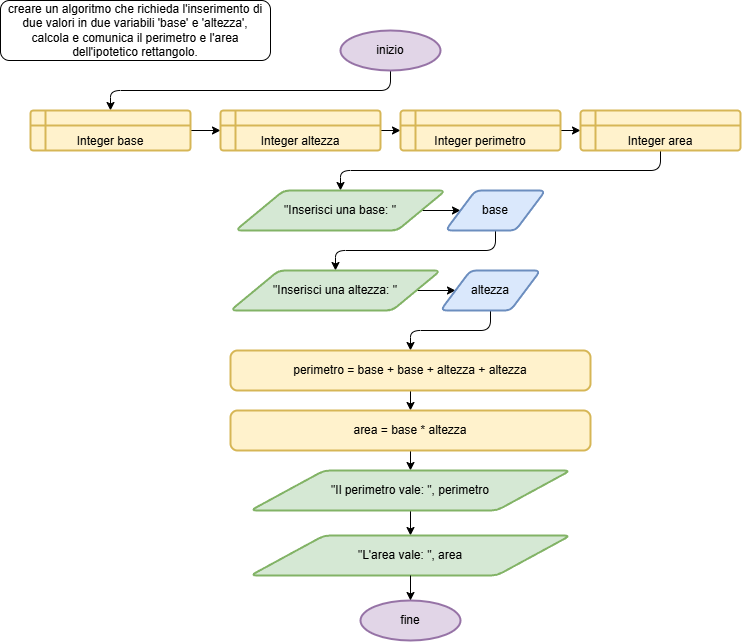
Above: AS_2025_2026/3IB/UD 1 - FlowChart/e2.drawio.png in CescoP81/GalileiOstiglia (draw.io), before the change. Source tidied: cells renumbered, new cells last; positions are measured from the earlier drawing's top-left corner, leaving out a move shared by most shapes. The source it was exported from:
```xml
<mxGraphModel background="#FFFFFF">
  <root>
    <mxCell id="0" />
    <mxCell id="1" parent="0" />
    <mxCell id="2" value="&lt;div&gt;&lt;font color=&quot;#000000&quot;&gt;creare un algoritmo che richieda l'inserimento di due valori in due variabili 'base' e 'altezza',&lt;/font&gt;&lt;/div&gt;&lt;div&gt;&lt;font color=&quot;#000000&quot;&gt;calcola e comunica il perimetro e l'area dell'ipotetico rettangolo.&lt;/font&gt;&lt;/div&gt;" style="rounded=1;whiteSpace=wrap;html=1;" parent="1" vertex="1">
      <mxGeometry width="270" height="60" as="geometry" />
    </mxCell>
    <mxCell id="3" style="edgeStyle=orthogonalEdgeStyle;html=1;entryX=0.5;entryY=0;entryDx=0;entryDy=0;exitX=0.5;exitY=1;exitDx=0;exitDy=0;exitPerimeter=0;" parent="1" edge="1" source="4" target="6">
      <mxGeometry relative="1" as="geometry" />
    </mxCell>
    <mxCell id="4" value="inizio" style="strokeWidth=2;html=1;shape=mxgraph.flowchart.start_1;whiteSpace=wrap;fillColor=#e1d5e7;strokeColor=#9673a6;" parent="1" vertex="1">
      <mxGeometry x="340" y="30" width="100" height="40" as="geometry" />
    </mxCell>
    <mxCell id="5" style="edgeStyle=none;html=1;entryX=0;entryY=0.5;entryDx=0;entryDy=0;exitX=1;exitY=0.5;exitDx=0;exitDy=0;" parent="1" edge="1" source="6" target="8">
      <mxGeometry relative="1" as="geometry" />
    </mxCell>
    <mxCell id="6" value="Integer base" style="shape=internalStorage;whiteSpace=wrap;html=1;dx=15;dy=15;rounded=1;arcSize=8;strokeWidth=2;fillColor=#fff2cc;strokeColor=#d6b656;verticalAlign=bottom;" parent="1" vertex="1">
      <mxGeometry x="30" y="110" width="160" height="40" as="geometry" />
    </mxCell>
    <mxCell id="7" style="edgeStyle=none;html=1;entryX=0;entryY=0.5;entryDx=0;entryDy=0;" parent="1" edge="1" source="8" target="10">
      <mxGeometry relative="1" as="geometry" />
    </mxCell>
    <mxCell id="8" value="Integer altezza" style="shape=internalStorage;whiteSpace=wrap;html=1;dx=15;dy=15;rounded=1;arcSize=8;strokeWidth=2;fillColor=#fff2cc;strokeColor=#d6b656;verticalAlign=bottom;" parent="1" vertex="1">
      <mxGeometry x="220" y="110" width="160" height="40" as="geometry" />
    </mxCell>
    <mxCell id="9" style="edgeStyle=none;html=1;exitX=1;exitY=0.5;exitDx=0;exitDy=0;entryX=0;entryY=0.5;entryDx=0;entryDy=0;" parent="1" edge="1" source="10" target="12">
      <mxGeometry relative="1" as="geometry" />
    </mxCell>
    <mxCell id="10" value="Integer perimetro" style="shape=internalStorage;whiteSpace=wrap;html=1;dx=15;dy=15;rounded=1;arcSize=8;strokeWidth=2;fillColor=#fff2cc;strokeColor=#d6b656;verticalAlign=bottom;" parent="1" vertex="1">
      <mxGeometry x="400" y="110" width="160" height="40" as="geometry" />
    </mxCell>
    <mxCell id="11" style="edgeStyle=orthogonalEdgeStyle;html=1;exitX=0.5;exitY=1;exitDx=0;exitDy=0;entryX=0.5;entryY=0;entryDx=0;entryDy=0;" parent="1" edge="1" source="12" target="14">
      <mxGeometry relative="1" as="geometry" />
    </mxCell>
    <mxCell id="12" value="Integer area" style="shape=internalStorage;whiteSpace=wrap;html=1;dx=15;dy=15;rounded=1;arcSize=8;strokeWidth=2;fillColor=#fff2cc;strokeColor=#d6b656;verticalAlign=bottom;" parent="1" vertex="1">
      <mxGeometry x="580" y="110" width="160" height="40" as="geometry" />
    </mxCell>
    <mxCell id="13" style="edgeStyle=none;html=1;exitX=1;exitY=0.5;exitDx=0;exitDy=0;entryX=0;entryY=0.5;entryDx=0;entryDy=0;" parent="1" edge="1" source="14" target="16">
      <mxGeometry relative="1" as="geometry" />
    </mxCell>
    <mxCell id="14" value="&quot;Inserisci una base: &quot;" style="shape=parallelogram;html=1;strokeWidth=2;perimeter=parallelogramPerimeter;whiteSpace=wrap;rounded=1;arcSize=12;size=0.23;fillColor=#d5e8d4;strokeColor=#82b366;" parent="1" vertex="1">
      <mxGeometry x="235" y="190" width="210" height="40" as="geometry" />
    </mxCell>
    <mxCell id="15" style="edgeStyle=orthogonalEdgeStyle;html=1;exitX=0.5;exitY=1;exitDx=0;exitDy=0;entryX=0.5;entryY=0;entryDx=0;entryDy=0;" parent="1" edge="1" source="16" target="18">
      <mxGeometry relative="1" as="geometry" />
    </mxCell>
    <mxCell id="16" value="base" style="shape=parallelogram;html=1;strokeWidth=2;perimeter=parallelogramPerimeter;whiteSpace=wrap;rounded=1;arcSize=12;size=0.30000000000000004;fillColor=#dae8fc;strokeColor=#6c8ebf;" parent="1" vertex="1">
      <mxGeometry x="445" y="190" width="100" height="40" as="geometry" />
    </mxCell>
    <mxCell id="17" style="edgeStyle=none;html=1;exitX=1;exitY=0.5;exitDx=0;exitDy=0;entryX=0;entryY=0.5;entryDx=0;entryDy=0;" parent="1" edge="1" source="18" target="20">
      <mxGeometry relative="1" as="geometry" />
    </mxCell>
    <mxCell id="18" value="&quot;Inserisci una altezza: &quot;" style="shape=parallelogram;html=1;strokeWidth=2;perimeter=parallelogramPerimeter;whiteSpace=wrap;rounded=1;arcSize=12;size=0.23;fillColor=#d5e8d4;strokeColor=#82b366;" parent="1" vertex="1">
      <mxGeometry x="230" y="270" width="210" height="40" as="geometry" />
    </mxCell>
    <mxCell id="19" style="edgeStyle=orthogonalEdgeStyle;html=1;exitX=0.5;exitY=1;exitDx=0;exitDy=0;entryX=0.5;entryY=0;entryDx=0;entryDy=0;" parent="1" edge="1" source="20" target="22">
      <mxGeometry relative="1" as="geometry" />
    </mxCell>
    <mxCell id="20" value="altezza" style="shape=parallelogram;html=1;strokeWidth=2;perimeter=parallelogramPerimeter;whiteSpace=wrap;rounded=1;arcSize=12;size=0.30000000000000004;fillColor=#dae8fc;strokeColor=#6c8ebf;" parent="1" vertex="1">
      <mxGeometry x="440" y="270" width="100" height="40" as="geometry" />
    </mxCell>
    <mxCell id="21" style="edgeStyle=none;html=1;exitX=0.5;exitY=1;exitDx=0;exitDy=0;entryX=0.5;entryY=0;entryDx=0;entryDy=0;" parent="1" edge="1" source="22" target="24">
      <mxGeometry relative="1" as="geometry" />
    </mxCell>
    <mxCell id="22" value="perimetro = base + base + altezza + altezza" style="rounded=1;whiteSpace=wrap;html=1;absoluteArcSize=1;arcSize=14;strokeWidth=2;fillColor=#fff2cc;strokeColor=#d6b656;" parent="1" vertex="1">
      <mxGeometry x="230" y="350" width="360" height="40" as="geometry" />
    </mxCell>
    <mxCell id="23" style="edgeStyle=none;html=1;exitX=0.5;exitY=1;exitDx=0;exitDy=0;entryX=0.5;entryY=0;entryDx=0;entryDy=0;" parent="1" edge="1" source="24" target="26">
      <mxGeometry relative="1" as="geometry" />
    </mxCell>
    <mxCell id="24" value="area = base * altezza" style="rounded=1;whiteSpace=wrap;html=1;absoluteArcSize=1;arcSize=14;strokeWidth=2;fillColor=#fff2cc;strokeColor=#d6b656;" parent="1" vertex="1">
      <mxGeometry x="230" y="410" width="360" height="40" as="geometry" />
    </mxCell>
    <mxCell id="25" style="edgeStyle=none;html=1;exitX=0.5;exitY=1;exitDx=0;exitDy=0;entryX=0.5;entryY=0;entryDx=0;entryDy=0;" parent="1" edge="1" source="26" target="27">
      <mxGeometry relative="1" as="geometry" />
    </mxCell>
    <mxCell id="26" value="&quot;Il perimetro vale: &quot;, perimetro" style="shape=parallelogram;html=1;strokeWidth=2;perimeter=parallelogramPerimeter;whiteSpace=wrap;rounded=1;arcSize=12;size=0.23;fillColor=#d5e8d4;strokeColor=#82b366;" parent="1" vertex="1">
      <mxGeometry x="250" y="470" width="320" height="40" as="geometry" />
    </mxCell>
    <mxCell id="27" value="&quot;L'area vale: &quot;, area" style="shape=parallelogram;html=1;strokeWidth=2;perimeter=parallelogramPerimeter;whiteSpace=wrap;rounded=1;arcSize=12;size=0.23;fillColor=#d5e8d4;strokeColor=#82b366;" parent="1" vertex="1">
      <mxGeometry x="250" y="535" width="320" height="40" as="geometry" />
    </mxCell>
    <mxCell id="28" value="fine" style="strokeWidth=2;html=1;shape=mxgraph.flowchart.start_1;whiteSpace=wrap;fillColor=#e1d5e7;strokeColor=#9673a6;" parent="1" vertex="1">
      <mxGeometry x="360" y="600" width="100" height="40" as="geometry" />
    </mxCell>
    <mxCell id="29" style="edgeStyle=none;html=1;exitX=0.5;exitY=1;exitDx=0;exitDy=0;entryX=0.5;entryY=0;entryDx=0;entryDy=0;entryPerimeter=0;" parent="1" edge="1" source="27" target="28">
      <mxGeometry relative="1" as="geometry" />
    </mxCell>
  </root>
</mxGraphModel>
```
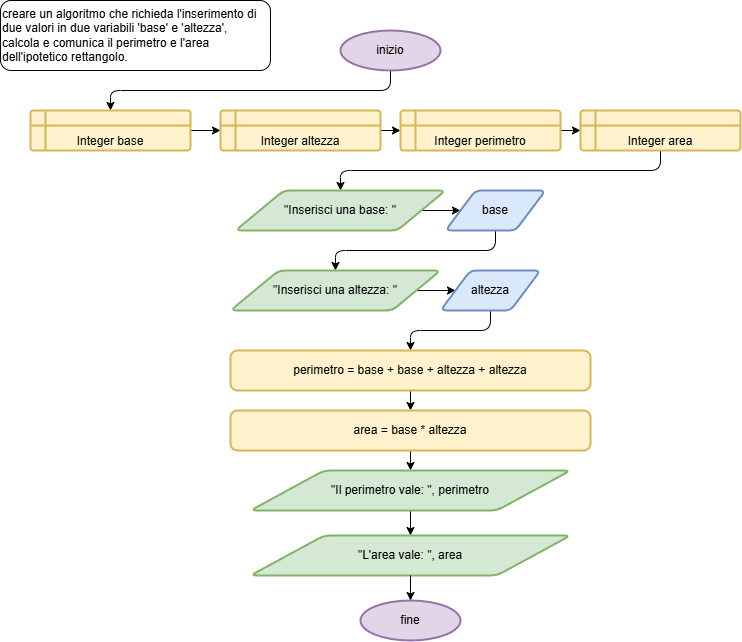
After the commit.

What changed in the source:
```diff
@@ -2,8 +2,8 @@
   <root>
     <mxCell id="0" />
     <mxCell id="1" parent="0" />
-    <mxCell id="2" value="&lt;div&gt;&lt;font color=&quot;#000000&quot;&gt;creare un algoritmo che richieda l'inserimento di due valori in due variabili 'base' e 'altezza',&lt;/font&gt;&lt;/div&gt;&lt;div&gt;&lt;font color=&quot;#000000&quot;&gt;calcola e comunica il perimetro e l'area dell'ipotetico rettangolo.&lt;/font&gt;&lt;/div&gt;" style="rounded=1;whiteSpace=wrap;html=1;" parent="1" vertex="1">
-      <mxGeometry width="270" height="60" as="geometry" />
+    <mxCell id="2" value="&lt;div&gt;&lt;font color=&quot;#000000&quot;&gt;creare un algoritmo che richieda l'inserimento di due valori in due variabili 'base' e 'altezza',&lt;/font&gt;&lt;/div&gt;&lt;div&gt;&lt;font color=&quot;#000000&quot;&gt;calcola e comunica il perimetro e l'area dell'ipotetico rettangolo.&lt;/font&gt;&lt;/div&gt;" style="rounded=1;whiteSpace=wrap;html=1;align=left;verticalAlign=top;" parent="1" vertex="1">
+      <mxGeometry width="270" height="70" as="geometry" />
     </mxCell>
     <mxCell id="3" style="edgeStyle=orthogonalEdgeStyle;html=1;entryX=0.5;entryY=0;entryDx=0;entryDy=0;exitX=0.5;exitY=1;exitDx=0;exitDy=0;exitPerimeter=0;" parent="1" edge="1" source="4" target="6">
       <mxGeometry relative="1" as="geometry" />
```
